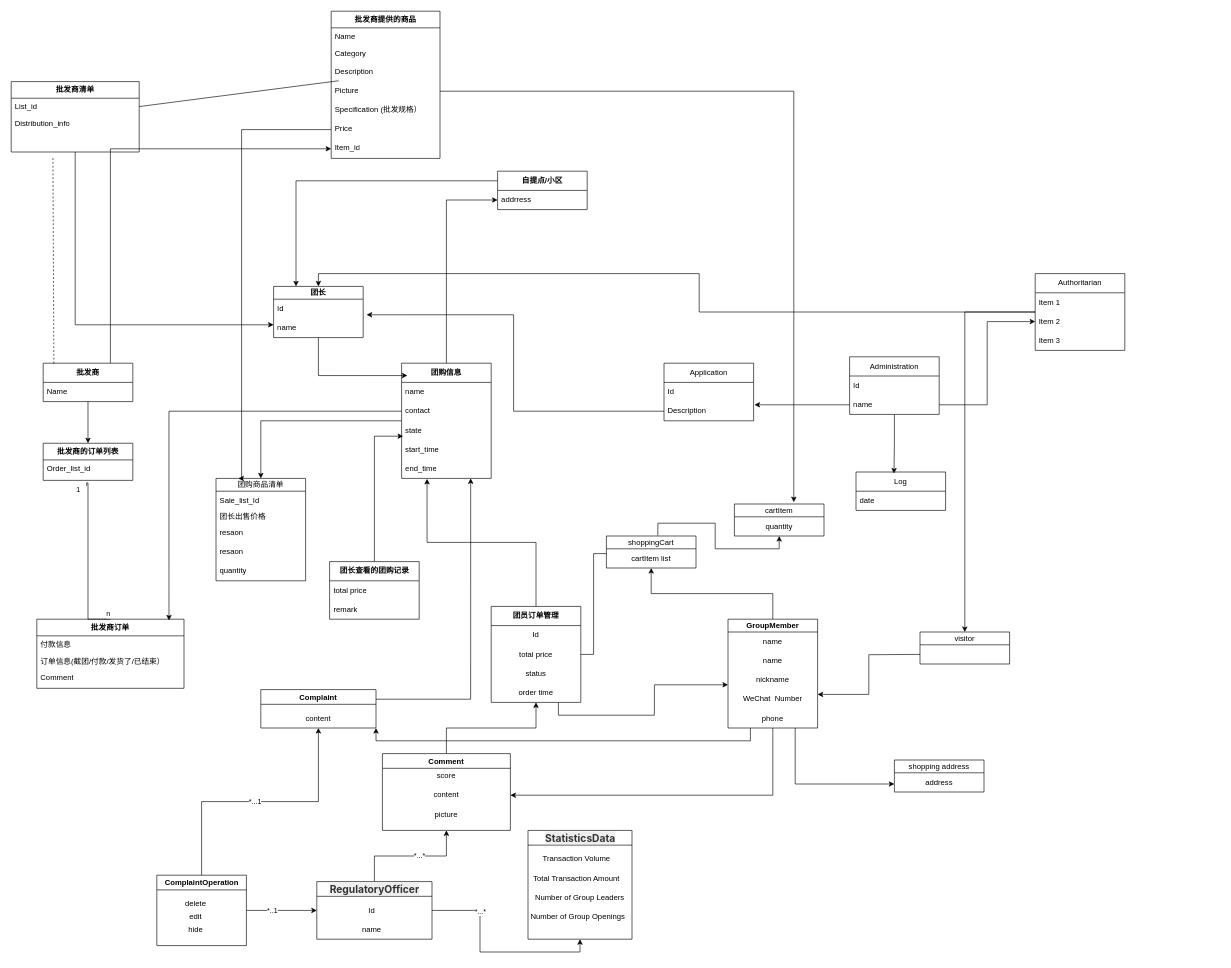
Before: 张娟.drawio in zzy347964399/pafd-automated, a draw.io diagram. Source tidied: cells renumbered, new cells numbered last; positions are measured from the earlier drawing's top-left corner, leaving out a move shared by most shapes. Both pictures are drawn from the tidied source at 64%, with x=0, y=0 at pixel (11, 11).
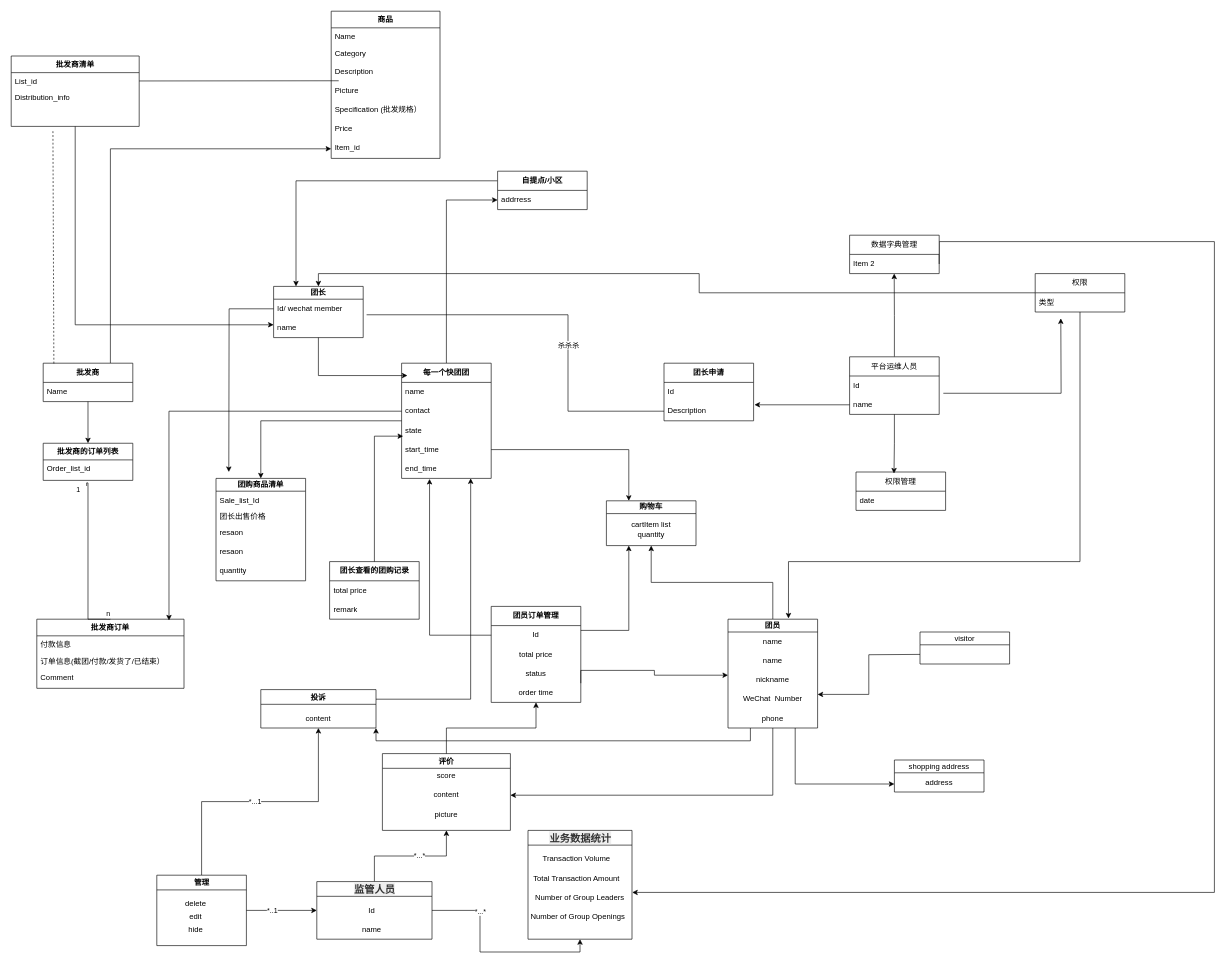
The same page after the edit.

Unchanged cells that the change refers to:
```xml
<mxCell id="2" value="&lt;b&gt;团长&lt;/b&gt;" style="swimlane;fontStyle=0;horizontal=1;startSize=20;whiteSpace=wrap;html=1;" parent="1" vertex="1">
  <mxGeometry x="410" y="430" width="140" height="80" as="geometry" />
</mxCell>
<mxCell id="4" value="name" style="text;strokeColor=none;fillColor=none;align=left;verticalAlign=middle;spacingLeft=4;spacingRight=4;overflow=hidden;points=[[0,0.5],[1,0.5]];portConstraint=eastwest;whiteSpace=wrap;html=1;" parent="2" vertex="1">
  <mxGeometry y="50" width="140" height="30" as="geometry" />
</mxCell>
<mxCell id="11" value="start_time" style="text;strokeColor=none;fillColor=none;align=left;verticalAlign=middle;spacingLeft=4;spacingRight=4;overflow=hidden;points=[[0,0.5],[1,0.5]];portConstraint=eastwest;whiteSpace=wrap;html=1;" parent="7" vertex="1">
  <mxGeometry y="120" width="140" height="30" as="geometry" />
</mxCell>
<mxCell id="12" value="end_time" style="text;strokeColor=none;fillColor=none;align=left;verticalAlign=middle;spacingLeft=4;spacingRight=4;overflow=hidden;points=[[0,0.5],[1,0.5]];portConstraint=eastwest;whiteSpace=wrap;html=1;" parent="7" vertex="1">
  <mxGeometry y="150" width="140" height="30" as="geometry" />
</mxCell>
<mxCell id="26" value="团员订单管理" style="swimlane;fontStyle=1;horizontal=1;startSize=30;whiteSpace=wrap;html=1;" parent="1" vertex="1">
  <mxGeometry x="750" y="930" width="140" height="150" as="geometry" />
</mxCell>
<mxCell id="27" value="Id" style="text;strokeColor=none;align=center;fillColor=none;html=1;verticalAlign=middle;whiteSpace=wrap;rounded=0;" parent="26" vertex="1">
  <mxGeometry y="30" width="140" height="30" as="geometry" />
</mxCell>
<mxCell id="28" value="total price" style="text;strokeColor=none;align=center;fillColor=none;html=1;verticalAlign=middle;whiteSpace=wrap;rounded=0;" parent="26" vertex="1">
  <mxGeometry y="60" width="140" height="30" as="geometry" />
</mxCell>
<mxCell id="30" value="order time" style="text;strokeColor=none;align=center;fillColor=none;html=1;verticalAlign=middle;whiteSpace=wrap;rounded=0;" parent="26" vertex="1">
  <mxGeometry y="120" width="140" height="30" as="geometry" />
</mxCell>
<mxCell id="35" value="nickname" style="text;html=1;strokeColor=none;fillColor=none;align=center;verticalAlign=middle;whiteSpace=wrap;rounded=0;" parent="32" vertex="1">
  <mxGeometry y="80" width="140" height="30" as="geometry" />
</mxCell>
<mxCell id="46" value="Number of Group Openings" style="text;html=1;align=center;verticalAlign=middle;points=[];strokeColor=none;fillColor=none;" parent="42" vertex="1">
  <mxGeometry x="-7.5" y="120" width="170" height="30" as="geometry" />
</mxCell>
<mxCell id="77" value="visitor" style="swimlane;fontStyle=0;horizontal=1;startSize=20;whiteSpace=wrap;html=1;" parent="1" vertex="1">
  <mxGeometry x="1420" y="970" width="140" height="50" as="geometry" />
</mxCell>
<mxCell id="90" value="Picture" style="text;strokeColor=none;fillColor=none;align=left;verticalAlign=top;spacingLeft=4;spacingRight=4;overflow=hidden;points=[[0,0.5],[1,0.5]];portConstraint=eastwest;whiteSpace=wrap;html=1;" parent="86" vertex="1">
  <mxGeometry y="110" width="170" height="30" as="geometry" />
</mxCell>
<mxCell id="92" value="Price" style="text;strokeColor=none;fillColor=none;align=left;verticalAlign=top;spacingLeft=4;spacingRight=4;overflow=hidden;points=[[0,0.5],[1,0.5]];portConstraint=eastwest;whiteSpace=wrap;html=1;" parent="86" vertex="1">
  <mxGeometry y="170" width="170" height="30" as="geometry" />
</mxCell>
<mxCell id="107" value="name" style="text;strokeColor=none;fillColor=none;align=left;verticalAlign=middle;spacingLeft=4;spacingRight=4;overflow=hidden;points=[[0,0.5],[1,0.5]];portConstraint=eastwest;whiteSpace=wrap;html=1;" parent="105" vertex="1">
  <mxGeometry y="60" width="140" height="30" as="geometry" />
</mxCell>
<mxCell id="110" value="Description" style="text;strokeColor=none;fillColor=none;align=left;verticalAlign=middle;spacingLeft=4;spacingRight=4;overflow=hidden;points=[[0,0.5],[1,0.5]];portConstraint=eastwest;whiteSpace=wrap;html=1;" parent="108" vertex="1">
  <mxGeometry y="60" width="140" height="30" as="geometry" />
</mxCell>
```

The edit, as a diff of the source:
```diff
@@
-    <mxCell id="3" value="Id" style="text;strokeColor=none;fillColor=none;align=left;verticalAlign=middle;spacingLeft=4;spacingRight=4;overflow=hidden;points=[[0,0.5],[1,0.5]];portConstraint=eastwest;whiteSpace=wrap;html=1;" parent="2" vertex="1">
+    <mxCell id="3" value="Id/ wechat member" style="text;strokeColor=none;fillColor=none;align=left;verticalAlign=middle;spacingLeft=4;spacingRight=4;overflow=hidden;points=[[0,0.5],[1,0.5]];portConstraint=eastwest;whiteSpace=wrap;html=1;" parent="2" vertex="1">
       <mxGeometry y="20" width="140" height="30" as="geometry" />
     </mxCell>
@@
-    <mxCell id="7" value="&lt;b&gt;团购信息&lt;br&gt;&lt;/b&gt;" style="swimlane;fontStyle=0;horizontal=1;startSize=30;whiteSpace=wrap;html=1;" parent="1" vertex="1">
+    <mxCell id="7" value="&lt;b&gt;每一个快团团&lt;br&gt;&lt;/b&gt;" style="swimlane;fontStyle=0;horizontal=1;startSize=30;whiteSpace=wrap;html=1;" parent="1" vertex="1">
       <mxGeometry x="610" y="550" width="140" height="180" as="geometry" />
     </mxCell>
@@
-    <mxCell id="20" value="团购商品清单" style="swimlane;fontStyle=0;horizontal=1;startSize=20;whiteSpace=wrap;html=1;" parent="1" vertex="1">
+    <mxCell id="20" value="&lt;b&gt;团购商品清单&lt;/b&gt;" style="swimlane;fontStyle=0;horizontal=1;startSize=20;whiteSpace=wrap;html=1;" parent="1" vertex="1">
       <mxGeometry x="320" y="730" width="140" height="160" as="geometry" />
     </mxCell>
@@
+    <mxCell id="131" style="edgeStyle=orthogonalEdgeStyle;rounded=0;jettySize=auto;html=1;exitX=1;exitY=0.25;exitDx=0;exitDy=0;entryX=0.25;entryY=1;entryDx=0;entryDy=0;" parent="1" edge="1" source="26" target="69">
+      <mxGeometry relative="1" as="geometry" />
+    </mxCell>
@@
-    <mxCell id="32" value="&lt;b&gt;GroupMember&lt;/b&gt;" style="swimlane;fontStyle=0;horizontal=1;startSize=20;whiteSpace=wrap;html=1;" parent="1" vertex="1">
+    <mxCell id="32" value="&lt;b&gt;团员&lt;/b&gt;" style="swimlane;fontStyle=0;horizontal=1;startSize=20;whiteSpace=wrap;html=1;" parent="1" vertex="1">
       <mxGeometry x="1120" y="950" width="140" height="170" as="geometry" />
     </mxCell>
@@
-    <mxCell id="42" value="&lt;strong style=&quot;margin-top: 0px; margin-bottom: 0px; color: rgb(51, 51, 51); font-family: -apple-system, &amp;quot;system-ui&amp;quot;, &amp;quot;Segoe UI&amp;quot;, Roboto, Oxygen, Ubuntu, Cantarell, &amp;quot;Fira Sans&amp;quot;, &amp;quot;Droid Sans&amp;quot;, &amp;quot;Helvetica Neue&amp;quot;, sans-serif; font-size: 16px; text-align: left; background-color: rgb(238, 238, 238);&quot;&gt;StatisticsData&lt;/strong&gt;" style="swimlane;whiteSpace=wrap;html=1;" parent="1" vertex="1">
+    <mxCell id="42" value="&lt;strong style=&quot;margin-top: 0px; margin-bottom: 0px; color: rgb(51, 51, 51); font-family: -apple-system, &amp;quot;system-ui&amp;quot;, &amp;quot;Segoe UI&amp;quot;, Roboto, Oxygen, Ubuntu, Cantarell, &amp;quot;Fira Sans&amp;quot;, &amp;quot;Droid Sans&amp;quot;, &amp;quot;Helvetica Neue&amp;quot;, sans-serif; font-size: 16px; text-align: left; background-color: rgb(238, 238, 238);&quot;&gt;业务数据统计&lt;/strong&gt;" style="swimlane;whiteSpace=wrap;html=1;" parent="1" vertex="1">
       <mxGeometry x="807.5" y="1280" width="162.5" height="170" as="geometry" />
     </mxCell>
@@
-    <mxCell id="51" value="&lt;strong style=&quot;margin-top: 0px; margin-bottom: 0px; color: rgb(51, 51, 51); font-family: -apple-system, &amp;quot;system-ui&amp;quot;, &amp;quot;Segoe UI&amp;quot;, Roboto, Oxygen, Ubuntu, Cantarell, &amp;quot;Fira Sans&amp;quot;, &amp;quot;Droid Sans&amp;quot;, &amp;quot;Helvetica Neue&amp;quot;, sans-serif; font-size: 16px; text-align: left; background-color: rgb(238, 238, 238);&quot;&gt;RegulatoryOfficer&lt;/strong&gt;" style="swimlane;whiteSpace=wrap;html=1;" parent="1" vertex="1">
+    <mxCell id="51" value="&lt;strong style=&quot;margin-top: 0px; margin-bottom: 0px; color: rgb(51, 51, 51); font-family: -apple-system, &amp;quot;system-ui&amp;quot;, &amp;quot;Segoe UI&amp;quot;, Roboto, Oxygen, Ubuntu, Cantarell, &amp;quot;Fira Sans&amp;quot;, &amp;quot;Droid Sans&amp;quot;, &amp;quot;Helvetica Neue&amp;quot;, sans-serif; font-size: 16px; text-align: left; background-color: rgb(238, 238, 238);&quot;&gt;监管人员&lt;/strong&gt;" style="swimlane;whiteSpace=wrap;html=1;" parent="1" vertex="1">
       <mxGeometry x="477.5" y="1360" width="180" height="90" as="geometry" />
     </mxCell>
@@
-    <mxCell id="54" value="Complaint" style="swimlane;whiteSpace=wrap;html=1;" parent="1" vertex="1">
+    <mxCell id="54" value="投诉" style="swimlane;whiteSpace=wrap;html=1;" parent="1" vertex="1">
       <mxGeometry x="390" y="1060" width="180" height="60" as="geometry" />
     </mxCell>
@@
-    <mxCell id="56" value="Comment" style="swimlane;whiteSpace=wrap;html=1;" parent="1" vertex="1">
+    <mxCell id="56" value="评价" style="swimlane;whiteSpace=wrap;html=1;" parent="1" vertex="1">
       <mxGeometry x="580" y="1160" width="200" height="120" as="geometry" />
     </mxCell>
@@
-    <mxCell id="64" value="ComplaintOperation" style="swimlane;whiteSpace=wrap;html=1;" parent="1" vertex="1">
+    <mxCell id="64" value="管理" style="swimlane;whiteSpace=wrap;html=1;" parent="1" vertex="1">
       <mxGeometry x="227.5" y="1350" width="140" height="110" as="geometry" />
     </mxCell>
@@
-    <mxCell id="68" value="shoppingCart" style="swimlane;fontStyle=0;horizontal=1;startSize=20;whiteSpace=wrap;html=1;" parent="1" vertex="1">
-      <mxGeometry x="930" y="820" width="140" height="50" as="geometry" />
+    <mxCell id="68" value="&lt;b&gt;购物车&lt;/b&gt;" style="swimlane;fontStyle=0;horizontal=1;startSize=20;whiteSpace=wrap;html=1;" parent="1" vertex="1">
+      <mxGeometry x="930" y="765" width="140" height="70" as="geometry" />
     </mxCell>
-    <mxCell id="69" value="cartItem list" style="text;html=1;strokeColor=none;fillColor=none;align=center;verticalAlign=middle;whiteSpace=wrap;rounded=0;" parent="68" vertex="1">
-      <mxGeometry y="20" width="140" height="30" as="geometry" />
+    <mxCell id="69" value="cartItem list&lt;br&gt;quantity" style="text;html=1;strokeColor=none;fillColor=none;align=center;verticalAlign=middle;whiteSpace=wrap;rounded=0;" parent="68" vertex="1">
+      <mxGeometry y="20" width="140" height="50" as="geometry" />
     </mxCell>
-    <mxCell id="70" value="cartItem" style="swimlane;fontStyle=0;horizontal=1;startSize=20;whiteSpace=wrap;html=1;" parent="1" vertex="1">
-      <mxGeometry x="1130" y="770" width="140" height="50" as="geometry" />
-    </mxCell>
-    <mxCell id="71" value="quantity" style="text;html=1;strokeColor=none;fillColor=none;align=center;verticalAlign=middle;whiteSpace=wrap;rounded=0;" parent="70" vertex="1">
-      <mxGeometry y="20" width="140" height="30" as="geometry" />
-    </mxCell>
@@
-    <mxCell id="73" style="edgeStyle=orthogonalEdgeStyle;rounded=0;jettySize=auto;html=1;exitX=0.574;exitY=-0.016;exitDx=0;exitDy=0;entryX=0.5;entryY=1;entryDx=0;entryDy=0;exitPerimeter=0;" parent="1" edge="1" source="68" target="71">
-      <mxGeometry relative="1" as="geometry" />
-    </mxCell>
-    <mxCell id="74" style="edgeStyle=orthogonalEdgeStyle;rounded=0;jettySize=auto;html=1;exitX=0.75;exitY=1;exitDx=0;exitDy=0;entryX=0;entryY=0.75;entryDx=0;entryDy=0;" parent="1" edge="1" source="30" target="35">
-      <mxGeometry relative="1" as="geometry" />
-    </mxCell>
-    <mxCell id="75" style="edgeStyle=orthogonalEdgeStyle;rounded=0;jettySize=auto;html=1;exitX=0.5;exitY=0;exitDx=0;exitDy=0;entryX=0.284;entryY=1.025;entryDx=0;entryDy=0;entryPerimeter=0;endArrow=classic;endFill=1;" parent="1" edge="1" source="26" target="12">
-      <mxGeometry relative="1" as="geometry" />
-    </mxCell>
@@
-    <mxCell id="84" style="edgeStyle=orthogonalEdgeStyle;rounded=0;jettySize=auto;html=1;exitX=0;exitY=0.25;exitDx=0;exitDy=0;entryX=1;entryY=0.5;entryDx=0;entryDy=0;endArrow=none;endFill=0;" parent="1" edge="1" source="69" target="28">
-      <mxGeometry relative="1" as="geometry" />
-    </mxCell>
@@
-    <mxCell id="86" value="&lt;b&gt;批发商提供的商品&lt;/b&gt;" style="swimlane;fontStyle=0;horizontal=1;startSize=26;fillColor=none;whiteSpace=wrap;html=1;" parent="1" vertex="1">
+    <mxCell id="86" value="&lt;b&gt;商品&lt;/b&gt;" style="swimlane;fontStyle=0;horizontal=1;startSize=26;fillColor=none;whiteSpace=wrap;html=1;" parent="1" vertex="1">
       <mxGeometry x="500" width="170" height="230" as="geometry" />
     </mxCell>
@@
     <mxCell id="95" value="&lt;b&gt;批发商清单&lt;/b&gt;" style="swimlane;fontStyle=0;horizontal=1;startSize=26;fillColor=none;whiteSpace=wrap;html=1;" parent="1" vertex="1">
-      <mxGeometry y="110" width="200" height="110" as="geometry" />
+      <mxGeometry y="70" width="200" height="110" as="geometry" />
     </mxCell>
@@
+    <mxCell id="132" style="edgeStyle=orthogonalEdgeStyle;rounded=0;jettySize=auto;html=1;exitX=0.5;exitY=0;exitDx=0;exitDy=0;" parent="1" edge="1" source="105">
+      <mxGeometry relative="1" as="geometry">
+        <mxPoint x="1379.7" y="410" as="targetPoint" />
+      </mxGeometry>
+    </mxCell>
-    <mxCell id="105" value="Administration" style="swimlane;fontStyle=0;horizontal=1;startSize=30;whiteSpace=wrap;html=1;" parent="1" vertex="1">
+    <mxCell id="105" value="平台运维人员" style="swimlane;fontStyle=0;horizontal=1;startSize=30;whiteSpace=wrap;html=1;" parent="1" vertex="1">
       <mxGeometry x="1310" y="540" width="140" height="90" as="geometry" />
     </mxCell>
@@
-    <mxCell id="108" value="Application" style="swimlane;fontStyle=0;horizontal=1;startSize=30;whiteSpace=wrap;html=1;" parent="1" vertex="1">
+    <mxCell id="108" value="&lt;b&gt;团长申请&lt;/b&gt;" style="swimlane;fontStyle=0;horizontal=1;startSize=30;whiteSpace=wrap;html=1;" parent="1" vertex="1">
       <mxGeometry x="1020" y="550" width="140" height="90" as="geometry" />
     </mxCell>
@@
-    <mxCell id="111" style="edgeStyle=orthogonalEdgeStyle;rounded=0;jettySize=auto;html=1;entryX=1.038;entryY=-0.189;entryDx=0;entryDy=0;entryPerimeter=0;" parent="1" edge="1" source="110" target="4">
-      <mxGeometry relative="1" as="geometry" />
+    <mxCell id="111" style="edgeStyle=orthogonalEdgeStyle;rounded=0;jettySize=auto;html=1;entryX=1.038;entryY=-0.189;entryDx=0;entryDy=0;entryPerimeter=0;endArrow=none;endFill=0;" parent="1" edge="1" source="110" target="4">
+      <mxGeometry relative="1" as="geometry">
+        <Array as="points">
+          <mxPoint x="870" y="625" />
+          <mxPoint x="870" y="474" />
+        </Array>
+      </mxGeometry>
     </mxCell>
+    <mxCell id="133" value="杀杀杀" style="edgeLabel;html=1;align=center;verticalAlign=middle;" parent="111" vertex="1">
+      <mxGeometry x="-0.17" relative="1" as="geometry">
+        <mxPoint y="1" as="offset" />
+      </mxGeometry>
+    </mxCell>
@@
-    <mxCell id="113" style="edgeStyle=orthogonalEdgeStyle;rounded=0;jettySize=auto;html=1;entryX=0.5;entryY=0;entryDx=0;entryDy=0;" parent="1" edge="1" source="115" target="77">
-      <mxGeometry relative="1" as="geometry" />
-    </mxCell>
@@
-    <mxCell id="115" value="Authoritarian" style="swimlane;fontStyle=0;horizontal=1;startSize=30;whiteSpace=wrap;html=1;" parent="1" vertex="1">
-      <mxGeometry x="1600" y="410" width="140" height="120" as="geometry" />
+    <mxCell id="115" value="权限" style="swimlane;fontStyle=0;horizontal=1;startSize=30;whiteSpace=wrap;html=1;" parent="1" vertex="1">
+      <mxGeometry x="1600" y="410" width="140" height="60" as="geometry" />
     </mxCell>
-    <mxCell id="116" value="Item 1" style="text;strokeColor=none;fillColor=none;align=left;verticalAlign=middle;spacingLeft=4;spacingRight=4;overflow=hidden;whiteSpace=wrap;html=1;" parent="115" vertex="1">
+    <mxCell id="116" value="类型" style="text;strokeColor=none;fillColor=none;align=left;verticalAlign=middle;spacingLeft=4;spacingRight=4;overflow=hidden;whiteSpace=wrap;html=1;" parent="115" vertex="1">
       <mxGeometry y="30" width="140" height="30" as="geometry" />
     </mxCell>
-    <mxCell id="117" value="Item 2" style="text;strokeColor=none;fillColor=none;align=left;verticalAlign=middle;spacingLeft=4;spacingRight=4;overflow=hidden;points=[[0,0.5],[1,0.5]];portConstraint=eastwest;whiteSpace=wrap;html=1;" parent="115" vertex="1">
-      <mxGeometry y="60" width="140" height="30" as="geometry" />
-    </mxCell>
-    <mxCell id="118" value="Item 3" style="text;strokeColor=none;fillColor=none;align=left;verticalAlign=middle;spacingLeft=4;spacingRight=4;overflow=hidden;whiteSpace=wrap;html=1;" parent="115" vertex="1">
-      <mxGeometry y="90" width="140" height="30" as="geometry" />
-    </mxCell>
-    <mxCell id="119" style="edgeStyle=orthogonalEdgeStyle;rounded=0;jettySize=auto;html=1;entryX=0;entryY=0.5;entryDx=0;entryDy=0;" parent="1" edge="1" source="107" target="117">
-      <mxGeometry relative="1" as="geometry" />
+    <mxCell id="119" style="edgeStyle=orthogonalEdgeStyle;rounded=0;jettySize=auto;html=1;entryX=0;entryY=0.5;entryDx=0;entryDy=0;exitX=1.046;exitY=-0.1;exitDx=0;exitDy=0;exitPerimeter=0;" parent="1" edge="1" source="107">
+      <mxGeometry relative="1" as="geometry">
+        <mxPoint x="1640" y="480" as="targetPoint" />
+      </mxGeometry>
     </mxCell>
-    <mxCell id="120" value="Log" style="swimlane;fontStyle=0;horizontal=1;startSize=30;whiteSpace=wrap;html=1;" parent="1" vertex="1">
+    <mxCell id="120" value="权限管理" style="swimlane;fontStyle=0;horizontal=1;startSize=30;whiteSpace=wrap;html=1;" parent="1" vertex="1">
       <mxGeometry x="1320" y="720" width="140" height="60" as="geometry" />
     </mxCell>
@@
-    <mxCell id="126" style="edgeStyle=orthogonalEdgeStyle;rounded=0;jettySize=auto;html=1;exitX=0;exitY=0.5;exitDx=0;exitDy=0;entryX=0.25;entryY=0;entryDx=0;entryDy=0;" parent="1" edge="1" source="92" target="20">
-      <mxGeometry relative="1" as="geometry">
-        <Array as="points">
-          <mxPoint x="360" y="185" />
-          <mxPoint x="360" y="730" />
-        </Array>
-      </mxGeometry>
-    </mxCell>
-    <mxCell id="127" style="edgeStyle=orthogonalEdgeStyle;rounded=0;jettySize=auto;html=1;exitX=1;exitY=0.5;exitDx=0;exitDy=0;entryX=0.663;entryY=-0.058;entryDx=0;entryDy=0;entryPerimeter=0;" parent="1" edge="1" source="90" target="70">
-      <mxGeometry relative="1" as="geometry" />
-    </mxCell>
@@
+    <mxCell id="74" style="edgeStyle=orthogonalEdgeStyle;rounded=0;jettySize=auto;html=1;exitX=1;exitY=0;exitDx=0;exitDy=0;entryX=0;entryY=0.25;entryDx=0;entryDy=0;" parent="1" edge="1" source="30" target="35">
+      <mxGeometry relative="1" as="geometry">
+        <Array as="points">
+          <mxPoint x="890" y="1030" />
+          <mxPoint x="1005" y="1030" />
+          <mxPoint x="1005" y="1037" />
+        </Array>
+      </mxGeometry>
+    </mxCell>
+    <mxCell id="134" style="edgeStyle=orthogonalEdgeStyle;rounded=0;jettySize=auto;html=1;exitX=1;exitY=0.5;exitDx=0;exitDy=0;entryX=0.25;entryY=0;entryDx=0;entryDy=0;" parent="1" edge="1" source="11" target="68">
+      <mxGeometry relative="1" as="geometry" />
+    </mxCell>
+    <mxCell id="135" style="edgeStyle=orthogonalEdgeStyle;rounded=0;jettySize=auto;html=1;exitX=0;exitY=0.5;exitDx=0;exitDy=0;entryX=0.312;entryY=1.028;entryDx=0;entryDy=0;entryPerimeter=0;" parent="1" edge="1" source="27" target="12">
+      <mxGeometry relative="1" as="geometry" />
+    </mxCell>
+    <mxCell id="136" style="edgeStyle=orthogonalEdgeStyle;rounded=0;jettySize=auto;html=1;exitX=0;exitY=0.5;exitDx=0;exitDy=0;" parent="1" edge="1" source="3">
+      <mxGeometry relative="1" as="geometry">
+        <mxPoint x="340" y="720" as="targetPoint" />
+      </mxGeometry>
+    </mxCell>
+    <mxCell id="137" style="edgeStyle=orthogonalEdgeStyle;rounded=0;jettySize=auto;html=1;entryX=0.675;entryY=-0.007;entryDx=0;entryDy=0;entryPerimeter=0;" parent="1" edge="1" source="115" target="32">
+      <mxGeometry relative="1" as="geometry">
+        <Array as="points">
+          <mxPoint x="1670" y="860" />
+          <mxPoint x="1214" y="860" />
+        </Array>
+      </mxGeometry>
+    </mxCell>
+    <mxCell id="138" style="edgeStyle=orthogonalEdgeStyle;rounded=0;jettySize=auto;html=1;entryX=1.002;entryY=-0.77;entryDx=0;entryDy=0;entryPerimeter=0;exitX=1;exitY=0.5;exitDx=0;exitDy=0;" parent="1" edge="1" source="117" target="46">
+      <mxGeometry relative="1" as="geometry">
+        <Array as="points">
+          <mxPoint x="1450" y="360" />
+          <mxPoint x="1880" y="360" />
+          <mxPoint x="1880" y="1377" />
+        </Array>
+      </mxGeometry>
+    </mxCell>
+    <mxCell id="139" value="数据字典管理" style="swimlane;fontStyle=0;horizontal=1;startSize=30;whiteSpace=wrap;html=1;" parent="1" vertex="1">
+      <mxGeometry x="1310" y="350" width="140" height="60" as="geometry" />
+    </mxCell>
+    <mxCell id="117" value="Item 2" style="text;strokeColor=none;fillColor=none;align=left;verticalAlign=middle;spacingLeft=4;spacingRight=4;overflow=hidden;points=[[0,0.5],[1,0.5]];portConstraint=eastwest;whiteSpace=wrap;html=1;" parent="139" vertex="1">
+      <mxGeometry y="30" width="140" height="30" as="geometry" />
+    </mxCell>
```
